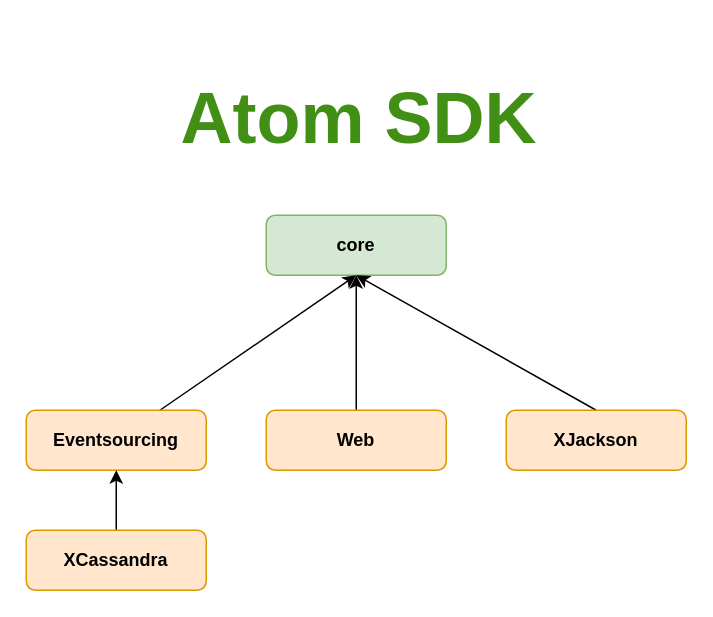
Earlier version of the draw.io diagram .docs/atom.drawio (memoria-io/atom). Source tidied: cells renumbered, new cells numbered last; positions are measured from the earlier drawing's top-left corner, leaving out a move shared by most shapes. Both pictures are drawn from the tidied source at 150%, with x=0, y=0 at pixel (26, 64).
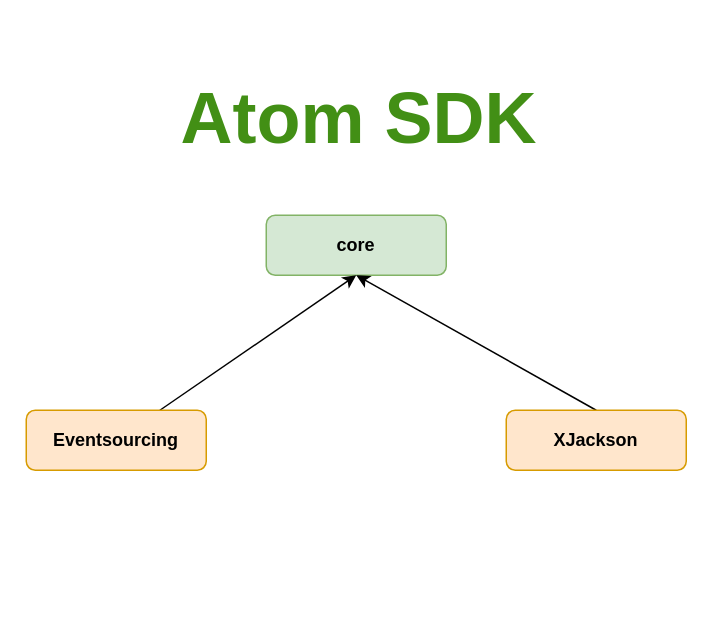
After the change.

Diff of the diagram source:
```diff
@@
 <mxGraphModel>
   <root>
     <mxCell id="0" />
     <mxCell id="1" parent="0" />
     <mxCell id="2" value="&lt;b&gt;core&lt;/b&gt;" style="rounded=1;whiteSpace=wrap;html=1;fillColor=#d5e8d4;strokeColor=#82b366;" parent="1" vertex="1">
       <mxGeometry x="160" y="100" width="120" height="40" as="geometry" />
     </mxCell>
-    <mxCell id="3" style="edgeStyle=none;rounded=0;jettySize=auto;html=1;entryX=0.5;entryY=1;entryDx=0;entryDy=0;" parent="1" edge="1" source="4" target="2">
-      <mxGeometry relative="1" as="geometry" />
-    </mxCell>
-    <mxCell id="4" value="&lt;b&gt;Web&lt;/b&gt;" style="rounded=1;whiteSpace=wrap;html=1;fillColor=#ffe6cc;strokeColor=#d79b00;" parent="1" vertex="1">
-      <mxGeometry x="160" y="230" width="120" height="40" as="geometry" />
-    </mxCell>
     <mxCell id="5" style="edgeStyle=none;rounded=0;jettySize=auto;html=1;entryX=0.5;entryY=1;entryDx=0;entryDy=0;" parent="1" edge="1" source="6" target="2">
       <mxGeometry relative="1" as="geometry" />
     </mxCell>
     <mxCell id="6" value="&lt;b&gt;Eventsourcing&lt;/b&gt;" style="rounded=1;whiteSpace=wrap;html=1;fillColor=#ffe6cc;strokeColor=#d79b00;" parent="1" vertex="1">
       <mxGeometry y="230" width="120" height="40" as="geometry" />
     </mxCell>
     <mxCell id="7" value="&lt;h1&gt;&lt;font color=&quot;#428f15&quot;&gt;Atom SDK&lt;/font&gt;&lt;/h1&gt;" style="text;html=1;strokeColor=none;fillColor=none;align=center;verticalAlign=middle;whiteSpace=wrap;rounded=0;fontSize=24;" parent="1" vertex="1">
       <mxGeometry x="82" width="280" height="70" as="geometry" />
     </mxCell>
-    <mxCell id="8" style="edgeStyle=orthogonalEdgeStyle;rounded=0;jettySize=auto;html=1;entryX=0.5;entryY=1;entryDx=0;entryDy=0;" parent="1" edge="1" source="9" target="6">
-      <mxGeometry relative="1" as="geometry" />
-    </mxCell>
-    <mxCell id="9" value="&lt;b&gt;XCassandra&lt;/b&gt;" style="rounded=1;whiteSpace=wrap;html=1;fillColor=#ffe6cc;strokeColor=#d79b00;" parent="1" vertex="1">
-      <mxGeometry y="310" width="120" height="40" as="geometry" />
-    </mxCell>
     <mxCell id="10" style="rounded=0;jettySize=auto;html=1;exitX=0.5;exitY=0;exitDx=0;exitDy=0;entryX=0.5;entryY=1;entryDx=0;entryDy=0;" parent="1" edge="1" source="11" target="2">
       <mxGeometry relative="1" as="geometry" />
     </mxCell>
     <mxCell id="11" value="&lt;b&gt;XJackson&lt;/b&gt;" style="rounded=1;whiteSpace=wrap;html=1;fillColor=#ffe6cc;strokeColor=#d79b00;" parent="1" vertex="1">
       <mxGeometry x="320" y="230" width="120" height="40" as="geometry" />
     </mxCell>
   </root>
 </mxGraphModel>
```
